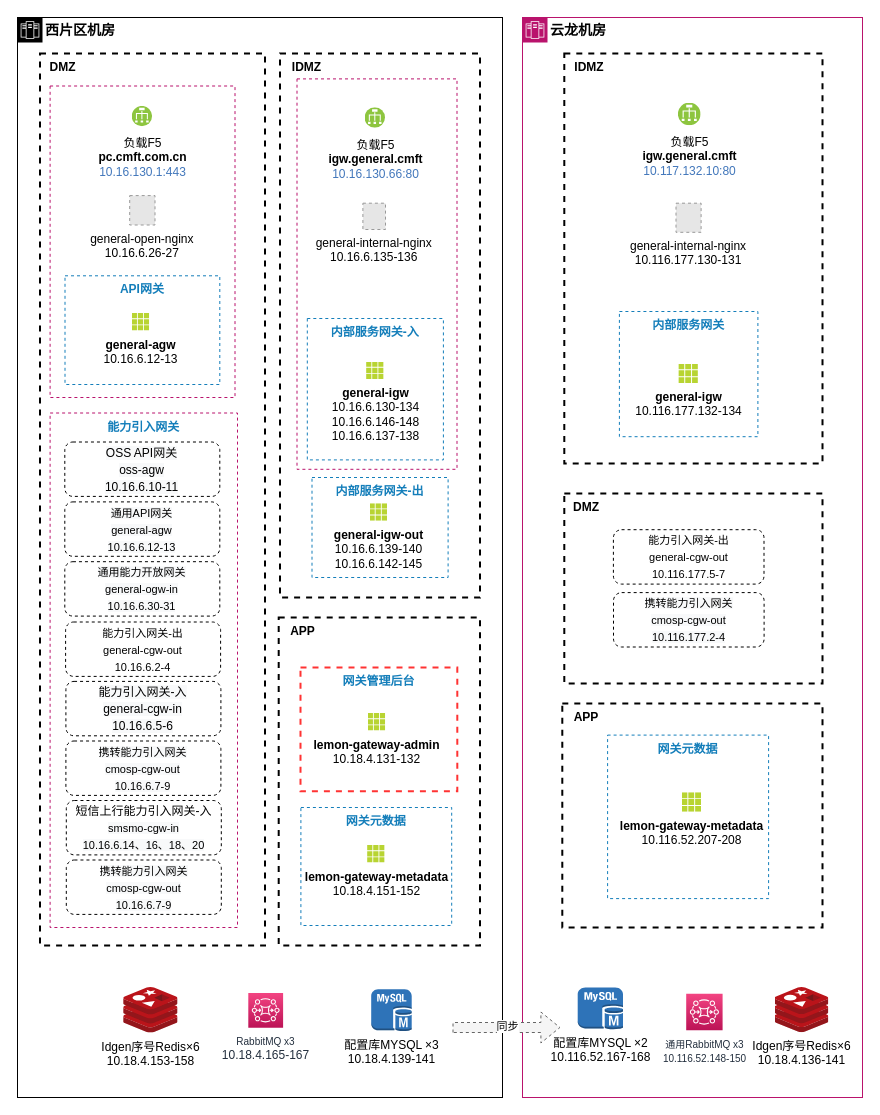
Earlier version of the draw.io diagram page "现状部署图" (1 of 3) of drawio/通用中台网关现状.drawio (hezhuma/image-repo). Source tidied: cells renumbered, new cells numbered last; positions are measured from the earlier drawing's top-left corner, leaving out a move shared by most shapes. Both pictures are drawn from the tidied source at 100%, with x=0, y=0 at pixel (17, 17). Pictures stored in the file or linked from it are replaced by grey dashed boxes.
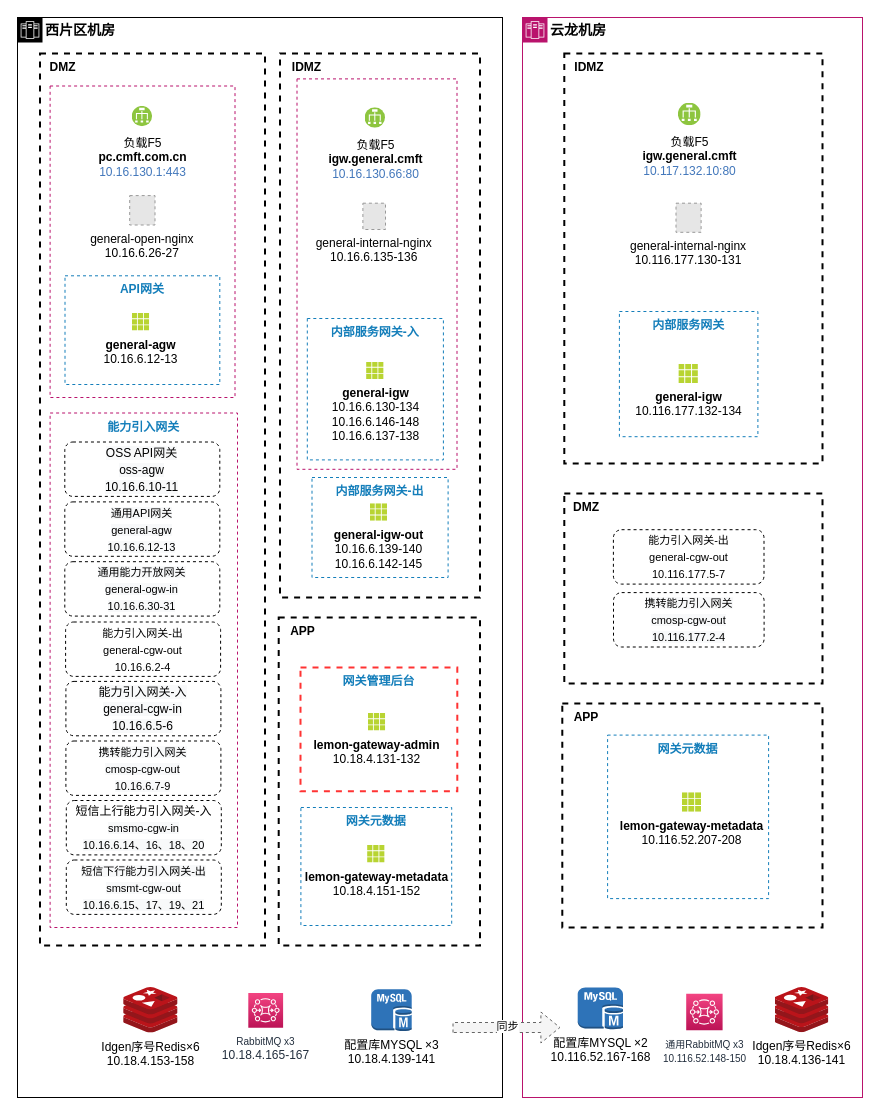
Above is the later version.

Commit message:
更新通用中台网关现状.drawio

Unchanged cells that the change refers to:
```xml
<mxCell id="2" value="&lt;b&gt;西片区机房&lt;/b&gt;" style="shape=mxgraph.ibm.box;prType=zone;fontStyle=0;verticalAlign=top;align=left;spacingLeft=32;spacingTop=4;rounded=0;whiteSpace=wrap;html=1;strokeWidth=1;dashed=0;spacing=-4;fontSize=14;" parent="1" vertex="1">
  <mxGeometry width="485" height="1080" as="geometry" />
</mxCell>
```

Change to the diagram source:
```diff
@@
-    <mxCell id="36" value="&lt;font style=&quot;font-size: 11px;&quot;&gt;&lt;font style=&quot;background-color: rgb(248, 249, 250); font-size: 11px;&quot; color=&quot;#000000&quot;&gt;携转能力引入网关&lt;/font&gt;&lt;br style=&quot;background-color: rgb(248, 249, 250); font-size: 11px;&quot;&gt;&lt;font style=&quot;background-color: rgb(248, 249, 250); font-size: 11px;&quot; color=&quot;#000000&quot;&gt;cmosp-cgw-out&lt;br style=&quot;font-size: 11px;&quot;&gt;&lt;/font&gt;&lt;font style=&quot;background-color: rgb(248, 249, 250); font-size: 11px;&quot; color=&quot;#000000&quot;&gt;10.16.6.7-9&lt;/font&gt;&lt;/font&gt;&lt;font color=&quot;#000000&quot;&gt;&lt;br&gt;&lt;/font&gt;" style="rounded=1;whiteSpace=wrap;html=1;strokeColor=#000000;fontSize=14;fontColor=#3333FF;dashed=1;" parent="2" vertex="1">
+    <mxCell id="36" value="&lt;font style=&quot;font-size: 11px;&quot;&gt;&lt;font color=&quot;#000000&quot;&gt;&lt;span style=&quot;background-color: rgb(248, 249, 250);&quot;&gt;短信下行能力引入网关-出&lt;/span&gt;&lt;/font&gt;&lt;br style=&quot;background-color: rgb(248, 249, 250); font-size: 11px;&quot;&gt;&lt;font style=&quot;background-color: rgb(248, 249, 250); font-size: 11px;&quot; color=&quot;#000000&quot;&gt;smsmt-cgw-out&lt;br style=&quot;font-size: 11px;&quot;&gt;&lt;/font&gt;&lt;font style=&quot;background-color: rgb(248, 249, 250); font-size: 11px;&quot; color=&quot;#000000&quot;&gt;10.16.6.15、17、19、21&lt;/font&gt;&lt;/font&gt;&lt;font color=&quot;#000000&quot;&gt;&lt;br&gt;&lt;/font&gt;" style="rounded=1;whiteSpace=wrap;html=1;strokeColor=#000000;fontSize=14;fontColor=#3333FF;dashed=1;" parent="2" vertex="1">
       <mxGeometry x="48.8" y="842.5" width="155" height="54.4" as="geometry" />
     </mxCell>
```
